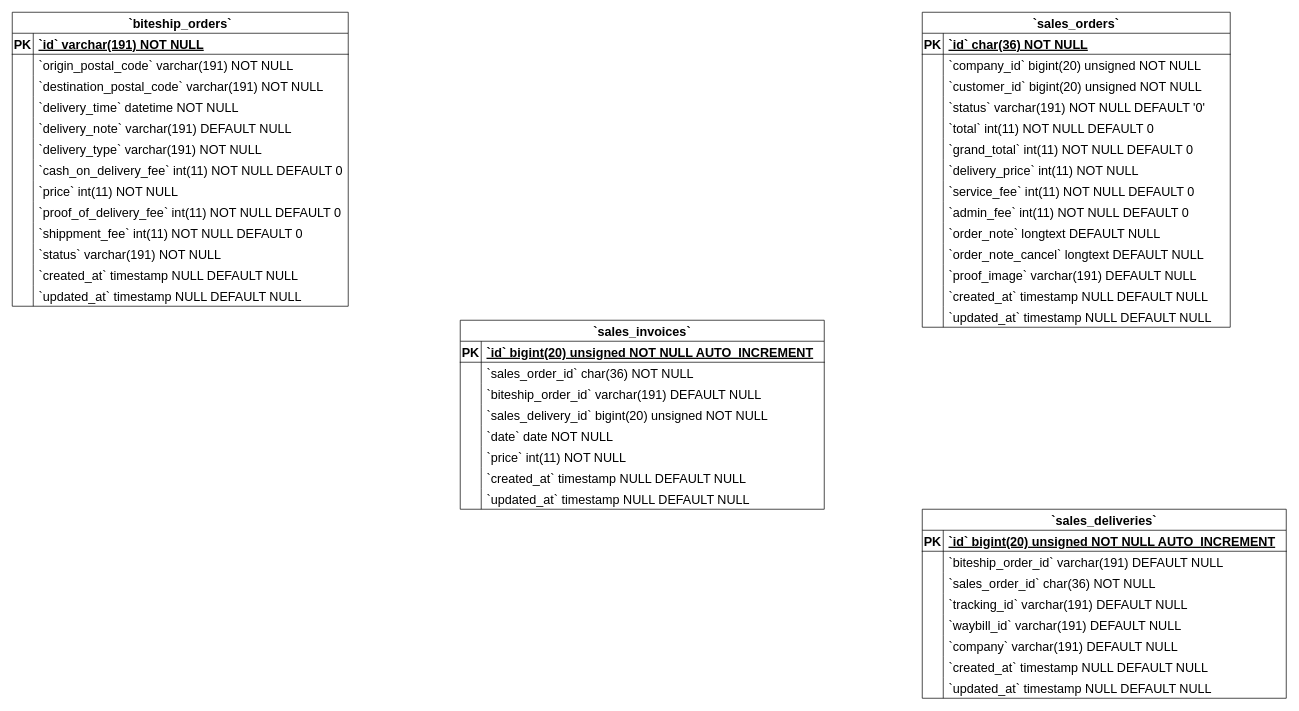
Simasco/diagram keeps this draw.io diagram as Sales Invoices ERD Diagram.drawio. Above is the earlier version. Source tidied: cells renumbered, new cells numbered last; positions are measured from the earlier drawing's top-left corner, leaving out a move shared by most shapes. Both pictures are drawn from the tidied source at 70%, with x=0, y=0 at pixel (12, 12).
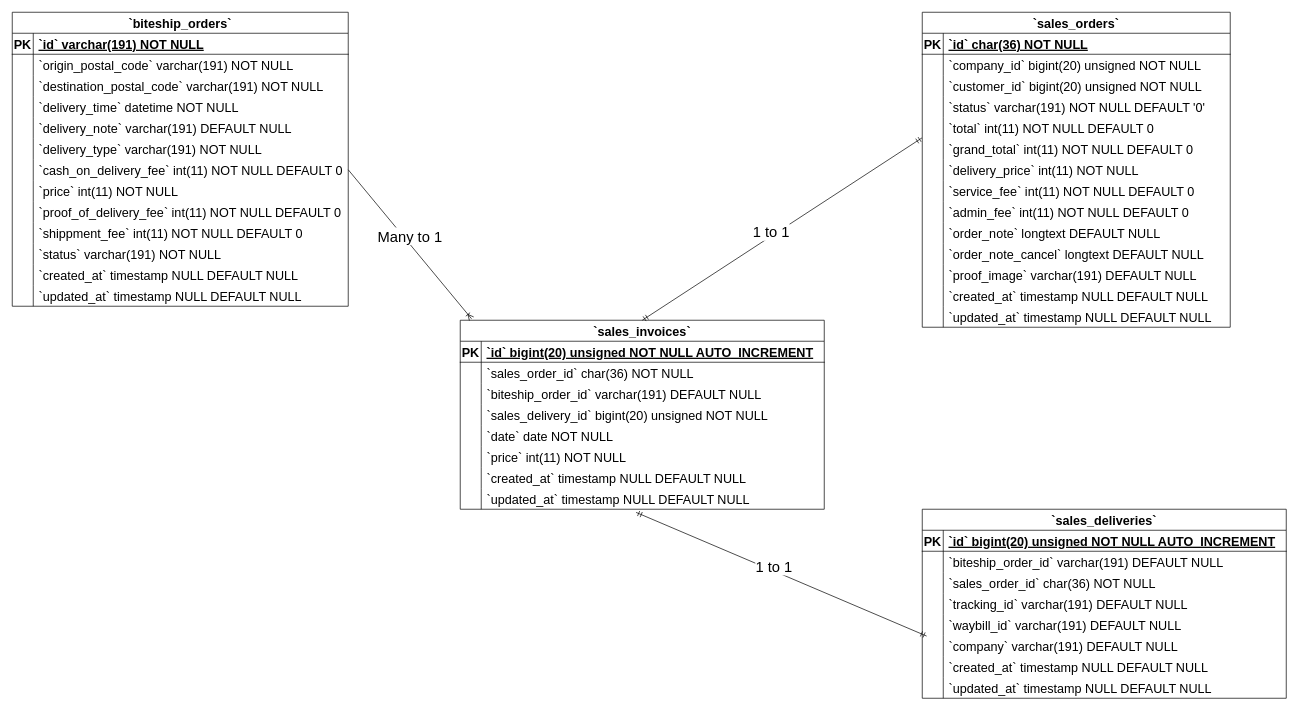
The same page after the edit.

Unchanged cells that the change refers to:
```xml
<mxCell id="21" style="shape=tableRow;horizontal=0;startSize=0;swimlaneHead=0;swimlaneBody=0;fillColor=none;points=[[0,0.5],[1,0.5]];portConstraint=eastwest;strokeColor=inherit;top=0;left=0;right=0;bottom=0;fontSize=18;" parent="2" vertex="1">
  <mxGeometry y="210" width="480" height="30" as="geometry" />
</mxCell>
<mxCell id="42" value="`sales_invoices`" style="shape=table;startSize=30;childLayout=tableLayout;rowLines=0;fontStyle=1;align=center;fontSize=18;" parent="1" vertex="1">
  <mxGeometry x="640" y="440" width="520" height="270" as="geometry" />
</mxCell>
<mxCell id="64" style="shape=tableRow;horizontal=0;startSize=0;swimlaneHead=0;swimlaneBody=0;fillColor=none;points=[[0,0.5],[1,0.5]];portConstraint=eastwest;strokeColor=inherit;top=0;left=0;right=0;bottom=0;fontSize=18;" parent="42" vertex="1">
  <mxGeometry y="240" width="520" height="30" as="geometry" />
</mxCell>
<mxCell id="83" style="shape=tableRow;horizontal=0;startSize=0;swimlaneHead=0;swimlaneBody=0;fillColor=none;points=[[0,0.5],[1,0.5]];portConstraint=eastwest;strokeColor=inherit;top=0;left=0;right=0;bottom=0;fontSize=18;" parent="67" vertex="1">
  <mxGeometry y="180" width="520" height="30" as="geometry" />
</mxCell>
<mxCell id="108" style="shape=tableRow;horizontal=0;startSize=0;swimlaneHead=0;swimlaneBody=0;fillColor=none;points=[[0,0.5],[1,0.5]];portConstraint=eastwest;strokeColor=inherit;top=0;left=0;right=0;bottom=0;fontSize=18;" parent="92" vertex="1">
  <mxGeometry y="180" width="440" height="30" as="geometry" />
</mxCell>
```

Diff of the diagram source:
```diff
@@
+    <mxCell id="135" style="fontSize=12;html=1;endArrow=ERmandOne;startArrow=ERmandOne;rounded=0;exitX=0.5;exitY=0;exitDx=0;exitDy=0;entryX=-0.001;entryY=-0.016;entryDx=0;entryDy=0;entryPerimeter=0;" parent="1" edge="1" source="42" target="108">
+      <mxGeometry relative="1" as="geometry" />
+    </mxCell>
+    <mxCell id="136" value="&lt;font style=&quot;font-size: 21px;&quot;&gt;1 to 1&lt;/font&gt;" style="edgeLabel;html=1;align=center;verticalAlign=middle;" parent="135" vertex="1">
+      <mxGeometry x="-0.07" y="6" relative="1" as="geometry">
+        <mxPoint x="1" as="offset" />
+      </mxGeometry>
+    </mxCell>
+    <mxCell id="137" style="fontSize=12;html=1;endArrow=ERmandOne;startArrow=ERmandOne;rounded=0;exitX=0.483;exitY=1.15;exitDx=0;exitDy=0;entryX=0.012;entryY=0.039;entryDx=0;entryDy=0;entryPerimeter=0;exitPerimeter=0;" parent="1" edge="1" source="64" target="83">
+      <mxGeometry relative="1" as="geometry" />
+    </mxCell>
+    <mxCell id="138" value="&lt;font style=&quot;font-size: 21px;&quot;&gt;1 to 1&lt;/font&gt;" style="edgeLabel;html=1;align=center;verticalAlign=middle;" parent="137" vertex="1">
+      <mxGeometry x="-0.07" y="6" relative="1" as="geometry">
+        <mxPoint x="1" as="offset" />
+      </mxGeometry>
+    </mxCell>
+    <mxCell id="139" style="fontSize=12;html=1;endArrow=ERoneToMany;startArrow=none;rounded=0;exitX=1;exitY=0.5;exitDx=0;exitDy=0;entryX=0.031;entryY=-0.008;entryDx=0;entryDy=0;entryPerimeter=0;startFill=0;endFill=0;" parent="1" edge="1" source="21" target="42">
+      <mxGeometry relative="1" as="geometry" />
+    </mxCell>
+    <mxCell id="140" value="&lt;span style=&quot;font-size: 21px;&quot;&gt;Many to 1&lt;/span&gt;" style="edgeLabel;html=1;align=center;verticalAlign=middle;" parent="139" vertex="1">
+      <mxGeometry x="-0.07" y="6" relative="1" as="geometry">
+        <mxPoint x="1" as="offset" />
+      </mxGeometry>
+    </mxCell>
```
